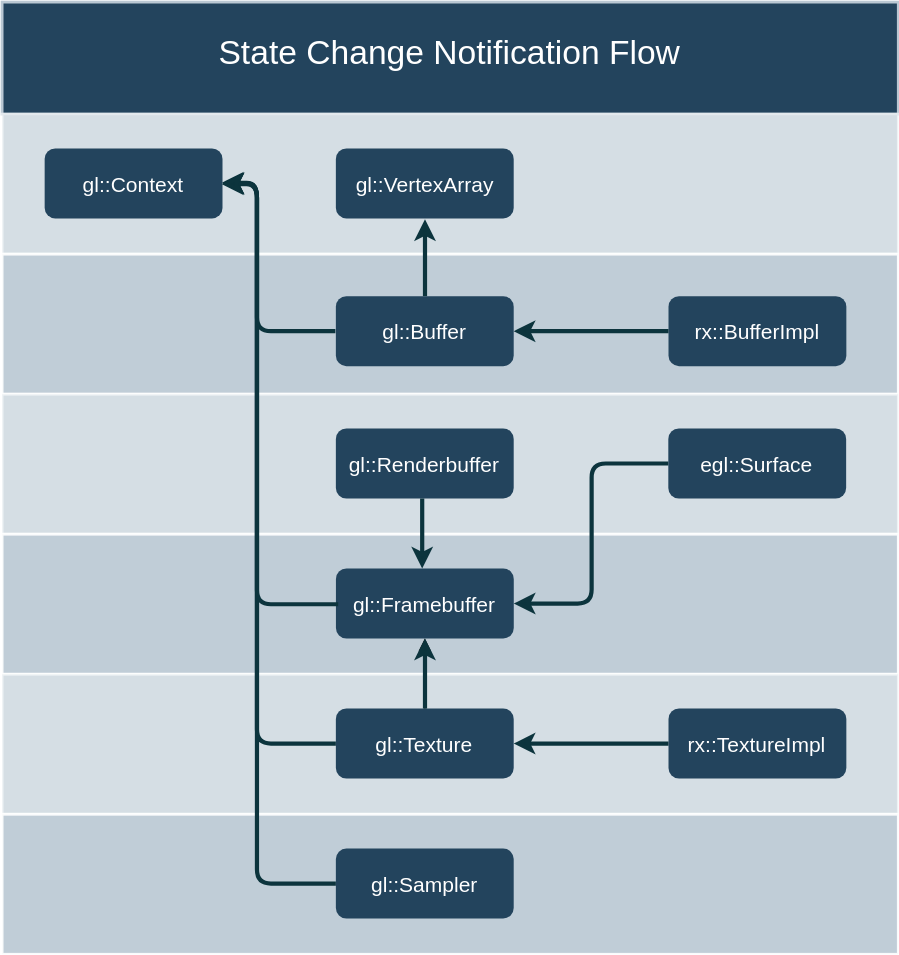
Earlier version of the draw.io export doc/img/StateChangeNotificationFlow.svg (google/angle). Source tidied: cells renumbered, new cells last; positions are measured from the earlier drawing's top-left corner, leaving out a move shared by most shapes. Its diagram source:
```xml
<mxGraphModel background="#ffffff">
  <root>
    <mxCell id="0" />
    <mxCell id="1" parent="0" />
    <mxCell id="2" value="State Change Notification Flow" style="strokeColor=#BAC8D3;fillColor=#23445D;fontSize=24;strokeWidth=2;fontFamily=Helvetica;html=1;fontColor=#FFFFFF;fontStyle=0;spacingBottom=8;spacingRight=0;spacingLeft=0;align=center;" parent="1" vertex="1">
      <mxGeometry width="640" height="80" as="geometry" />
    </mxCell>
    <mxCell id="3" style="strokeColor=#FFFFFF;fillColor=#BAC8D3;fontSize=18;strokeWidth=2;fontFamily=Helvetica;html=1;opacity=60;" parent="1" vertex="1">
      <mxGeometry y="80" width="640" height="100" as="geometry" />
    </mxCell>
    <mxCell id="4" style="strokeColor=#FFFFFF;fillColor=#BAC8D3;fontSize=18;strokeWidth=2;fontFamily=Helvetica;html=1;opacity=90;" parent="1" vertex="1">
      <mxGeometry y="180" width="640" height="100" as="geometry" />
    </mxCell>
    <mxCell id="5" style="strokeColor=#FFFFFF;fillColor=#BAC8D3;fontSize=18;strokeWidth=2;fontFamily=Helvetica;html=1;opacity=60;" parent="1" vertex="1">
      <mxGeometry y="280" width="640" height="100" as="geometry" />
    </mxCell>
    <mxCell id="6" style="strokeColor=#FFFFFF;fillColor=#BAC8D3;fontSize=18;strokeWidth=2;fontFamily=Helvetica;html=1;opacity=90;" parent="1" vertex="1">
      <mxGeometry y="380" width="640" height="100" as="geometry" />
    </mxCell>
    <mxCell id="7" style="strokeColor=#FFFFFF;fillColor=#BAC8D3;fontSize=18;strokeWidth=2;fontFamily=Helvetica;html=1;opacity=60;" parent="1" vertex="1">
      <mxGeometry y="480" width="640" height="100" as="geometry" />
    </mxCell>
    <mxCell id="8" style="strokeColor=#FFFFFF;fillColor=#BAC8D3;fontSize=18;strokeWidth=2;fontFamily=Helvetica;html=1;opacity=90;" parent="1" vertex="1">
      <mxGeometry y="580" width="640" height="100" as="geometry" />
    </mxCell>
    <mxCell id="9" style="edgeStyle=orthogonalEdgeStyle;rounded=1;jumpStyle=none;html=1;exitX=1;exitY=0.5;entryX=0;entryY=0.5;labelBackgroundColor=#ffffff;startArrow=classic;startFill=1;endArrow=none;jettySize=auto;strokeColor=#0C343D;strokeWidth=3;fontFamily=Helvetica;fontSize=11;fontColor=#000000;endFill=0;entryDx=0;entryDy=0;" parent="1" edge="1" target="12">
      <mxGeometry relative="1" as="geometry">
        <mxPoint x="157" y="129" as="sourcePoint" />
        <Array as="points">
          <mxPoint x="182" y="129" />
          <mxPoint x="182" y="235" />
        </Array>
      </mxGeometry>
    </mxCell>
    <mxCell id="10" value="gl::Context" style="rounded=1;fillColor=#23445D;strokeColor=none;strokeWidth=2;fontFamily=Helvetica;html=1;gradientColor=none;fontColor=#FFFFFF;fontSize=15;" parent="1" vertex="1">
      <mxGeometry x="30.4" y="104.5" width="127" height="50" as="geometry" />
    </mxCell>
    <mxCell id="11" value="rx::BufferImpl" style="rounded=1;fillColor=#23445D;strokeColor=none;strokeWidth=2;fontFamily=Helvetica;html=1;gradientColor=none;fontColor=#FFFFFF;fontSize=15;" parent="1" vertex="1">
      <mxGeometry x="475.9" y="210" width="127" height="50" as="geometry" />
    </mxCell>
    <mxCell id="12" value="gl::Buffer" style="rounded=1;fillColor=#23445D;strokeColor=none;strokeWidth=2;fontFamily=Helvetica;html=1;gradientColor=none;fontColor=#FFFFFF;fontSize=15;" parent="1" vertex="1">
      <mxGeometry x="238.4" y="210" width="127" height="50" as="geometry" />
    </mxCell>
    <mxCell id="13" style="edgeStyle=orthogonalEdgeStyle;rounded=0;jettySize=auto;html=1;startArrow=classic;startFill=1;endArrow=none;endFill=0;" parent="1" edge="1" source="14" target="17">
      <mxGeometry relative="1" as="geometry" />
    </mxCell>
    <mxCell id="14" value="gl::Framebuffer" style="rounded=1;fillColor=#23445D;strokeColor=none;strokeWidth=2;fontFamily=Helvetica;html=1;gradientColor=none;fontColor=#FFFFFF;fontSize=15;" parent="1" vertex="1">
      <mxGeometry x="238.4" y="404.5" width="127" height="50" as="geometry" />
    </mxCell>
    <mxCell id="15" value="rx::TextureImpl" style="rounded=1;fillColor=#23445D;strokeColor=none;strokeWidth=2;fontFamily=Helvetica;html=1;gradientColor=none;fontColor=#FFFFFF;fontSize=15;" parent="1" vertex="1">
      <mxGeometry x="475.9" y="504.5" width="127" height="50" as="geometry" />
    </mxCell>
    <mxCell id="16" value="gl::Sampler" style="rounded=1;fillColor=#23445D;strokeColor=none;strokeWidth=2;fontFamily=Helvetica;html=1;gradientColor=none;fontColor=#FFFFFF;fontSize=15;" parent="1" vertex="1">
      <mxGeometry x="238.4" y="604.5" width="127" height="50" as="geometry" />
    </mxCell>
    <mxCell id="17" value="gl::Texture" style="rounded=1;fillColor=#23445D;strokeColor=none;strokeWidth=2;fontFamily=Helvetica;html=1;gradientColor=none;fontColor=#FFFFFF;fontSize=15;" parent="1" vertex="1">
      <mxGeometry x="238.4" y="504.5" width="127" height="50" as="geometry" />
    </mxCell>
    <mxCell id="18" value="egl::Surface" style="rounded=1;fillColor=#23445D;strokeColor=none;strokeWidth=2;fontFamily=Helvetica;html=1;gradientColor=none;fontColor=#FFFFFF;fontSize=15;" parent="1" vertex="1">
      <mxGeometry x="475.8" y="304.5" width="127" height="50" as="geometry" />
    </mxCell>
    <mxCell id="19" style="edgeStyle=elbowEdgeStyle;elbow=horizontal;strokeWidth=3;strokeColor=#0C343D;fontFamily=Helvetica;html=1;endArrow=none;endFill=0;startArrow=classic;startFill=1;" parent="1" edge="1" source="10" target="17">
      <mxGeometry x="-193.6" y="820.5" as="geometry">
        <Array as="points">
          <mxPoint x="182" y="342.5" />
        </Array>
      </mxGeometry>
    </mxCell>
    <mxCell id="20" style="edgeStyle=elbowEdgeStyle;elbow=horizontal;strokeWidth=3;strokeColor=#0C343D;fontFamily=Helvetica;html=1;endArrow=none;endFill=0;startArrow=classic;startFill=1;" parent="1" edge="1" source="10" target="16">
      <mxGeometry x="-193.6" y="820.5" as="geometry">
        <Array as="points">
          <mxPoint x="182" y="251.5" />
        </Array>
      </mxGeometry>
    </mxCell>
    <mxCell id="21" style="edgeStyle=elbowEdgeStyle;elbow=horizontal;strokeWidth=3;strokeColor=#0C343D;fontFamily=Helvetica;html=1;endArrow=none;endFill=0;startArrow=classic;startFill=1;" parent="1" edge="1" source="12" target="11">
      <mxGeometry x="-193.6" y="820.5" as="geometry" />
    </mxCell>
    <mxCell id="22" style="edgeStyle=elbowEdgeStyle;elbow=horizontal;strokeWidth=3;strokeColor=#0C343D;fontFamily=Helvetica;html=1;entryX=0.5;entryY=1;entryDx=0;entryDy=0;" parent="1" edge="1" source="12" target="27">
      <mxGeometry x="-193.6" y="820.5" as="geometry" />
    </mxCell>
    <mxCell id="23" style="edgeStyle=elbowEdgeStyle;elbow=horizontal;strokeWidth=3;strokeColor=#0C343D;fontFamily=Helvetica;html=1;" parent="1" edge="1" source="17" target="14">
      <mxGeometry x="-193.6" y="820.5" as="geometry" />
    </mxCell>
    <mxCell id="24" style="edgeStyle=elbowEdgeStyle;elbow=horizontal;strokeWidth=3;strokeColor=#0C343D;fontFamily=Helvetica;html=1;endArrow=none;endFill=0;startArrow=classic;startFill=1;" parent="1" edge="1" source="17" target="15">
      <mxGeometry x="-193.6" y="820.5" as="geometry" />
    </mxCell>
    <mxCell id="25" style="edgeStyle=elbowEdgeStyle;elbow=horizontal;strokeWidth=3;strokeColor=#0C343D;fontFamily=Helvetica;html=1;endArrow=none;endFill=0;startArrow=classic;startFill=1;" parent="1" edge="1">
      <mxGeometry x="-193.6" y="820.5" as="geometry">
        <mxPoint x="365.4" y="429.5" as="sourcePoint" />
        <mxPoint x="475.8" y="329.5" as="targetPoint" />
      </mxGeometry>
    </mxCell>
    <mxCell id="26" style="edgeStyle=elbowEdgeStyle;elbow=horizontal;strokeWidth=3;strokeColor=#0C343D;fontFamily=Helvetica;html=1;entryX=0;entryY=0.5;entryDx=0;entryDy=0;endArrow=none;endFill=0;startArrow=classic;startFill=1;exitX=1;exitY=0.5;exitDx=0;exitDy=0;" parent="1" edge="1" source="10">
      <mxGeometry x="-181.6" y="830.5" as="geometry">
        <mxPoint x="240" y="430" as="targetPoint" />
        <Array as="points">
          <mxPoint x="182" y="279" />
        </Array>
      </mxGeometry>
    </mxCell>
    <mxCell id="27" value="gl::VertexArray&lt;br style=&quot;font-size: 15px;&quot;&gt;" style="rounded=1;fillColor=#23445D;strokeColor=none;strokeWidth=2;fontFamily=Helvetica;html=1;gradientColor=none;fontColor=#FFFFFF;fontSize=15;" parent="1" vertex="1">
      <mxGeometry x="238.4" y="104.5" width="127" height="50" as="geometry" />
    </mxCell>
    <mxCell id="28" value="gl::Renderbuffer" style="rounded=1;fillColor=#23445D;strokeColor=none;strokeWidth=2;fontFamily=Helvetica;html=1;gradientColor=none;fontColor=#FFFFFF;fontSize=15;" parent="1" vertex="1">
      <mxGeometry x="238.4" y="304.5" width="127" height="50" as="geometry" />
    </mxCell>
    <mxCell id="29" style="edgeStyle=elbowEdgeStyle;elbow=horizontal;strokeWidth=3;strokeColor=#0C343D;fontFamily=Helvetica;html=1;endArrow=none;endFill=0;startArrow=classic;startFill=1;" parent="1" edge="1">
      <mxGeometry x="-195.6" y="720.5" as="geometry">
        <mxPoint x="300" y="404.5" as="sourcePoint" />
        <mxPoint x="300" y="354.5" as="targetPoint" />
      </mxGeometry>
    </mxCell>
  </root>
</mxGraphModel>
```
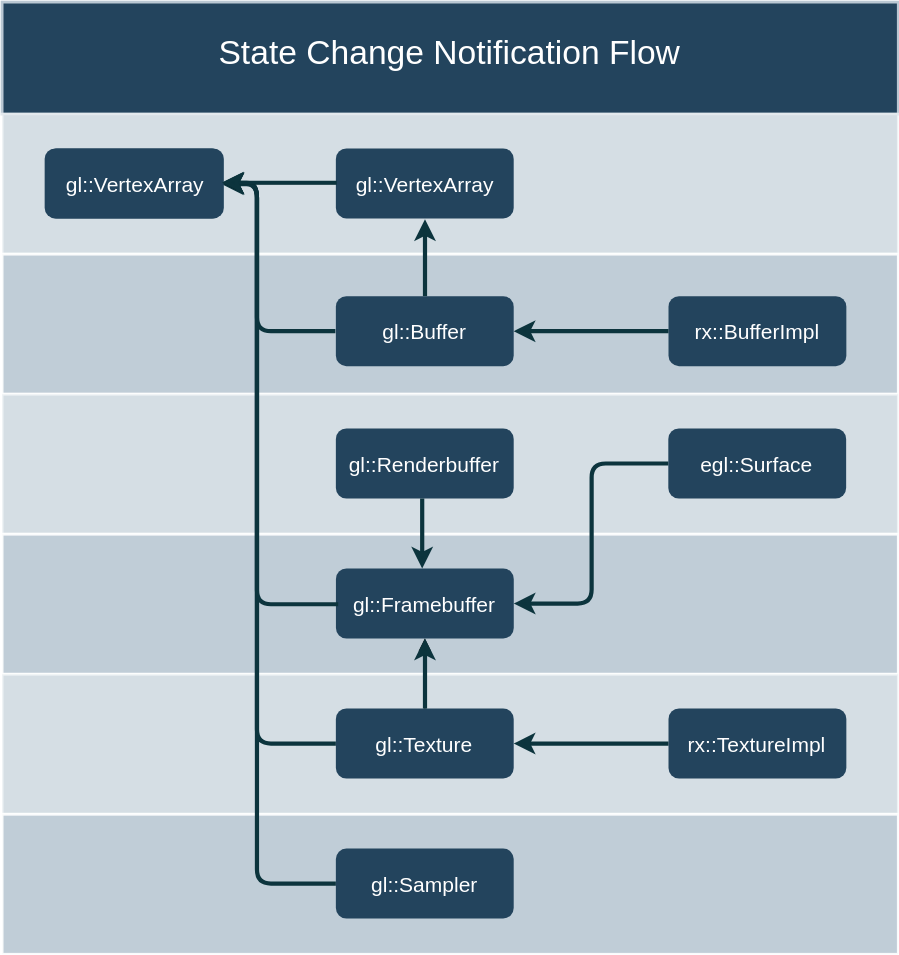
After the change.

Commit message:
Fix link to dirty bit diagram.

Also add a missing arrow from VertexArray to Context.

Bug: angleproject:3002

Change to the diagram source:
```diff
@@ -99,9 +99,15 @@
         </Array>
       </mxGeometry>
     </mxCell>
+    <mxCell id="30" style="edgeStyle=orthogonalEdgeStyle;rounded=0;jettySize=auto;html=1;" parent="1" edge="1" source="27" target="31">
+      <mxGeometry relative="1" as="geometry" />
+    </mxCell>
     <mxCell id="27" value="gl::VertexArray&lt;br style=&quot;font-size: 15px;&quot;&gt;" style="rounded=1;fillColor=#23445D;strokeColor=none;strokeWidth=2;fontFamily=Helvetica;html=1;gradientColor=none;fontColor=#FFFFFF;fontSize=15;" parent="1" vertex="1">
       <mxGeometry x="238.4" y="104.5" width="127" height="50" as="geometry" />
     </mxCell>
+    <mxCell id="31" value="gl::VertexArray&lt;br style=&quot;font-size: 15px;&quot;&gt;" style="rounded=1;fillColor=#23445D;strokeColor=none;strokeWidth=2;fontFamily=Helvetica;html=1;gradientColor=none;fontColor=#FFFFFF;fontSize=15;" parent="1" vertex="1">
+      <mxGeometry x="31.4" y="104.5" width="127" height="50" as="geometry" />
+    </mxCell>
     <mxCell id="28" value="gl::Renderbuffer" style="rounded=1;fillColor=#23445D;strokeColor=none;strokeWidth=2;fontFamily=Helvetica;html=1;gradientColor=none;fontColor=#FFFFFF;fontSize=15;" parent="1" vertex="1">
       <mxGeometry x="238.4" y="304.5" width="127" height="50" as="geometry" />
     </mxCell>
@@ -111,5 +117,11 @@
         <mxPoint x="300" y="354.5" as="targetPoint" />
       </mxGeometry>
     </mxCell>
+    <mxCell id="32" style="edgeStyle=elbowEdgeStyle;elbow=horizontal;strokeWidth=3;strokeColor=#0C343D;fontFamily=Helvetica;html=1;endArrow=none;endFill=0;startArrow=classic;startFill=1;" parent="1" edge="1">
+      <mxGeometry x="-442.1" y="713" as="geometry">
+        <mxPoint x="157" y="129" as="sourcePoint" />
+        <mxPoint x="239" y="129" as="targetPoint" />
+      </mxGeometry>
+    </mxCell>
   </root>
 </mxGraphModel>
```
